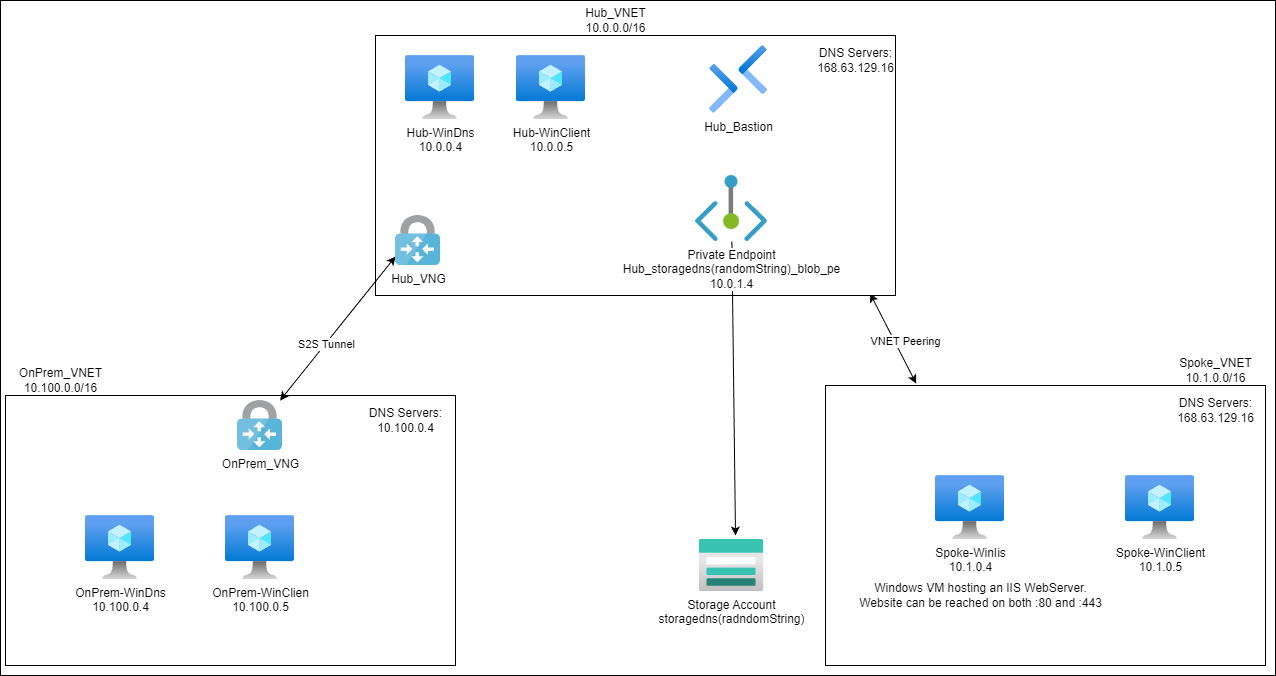
Above: Training-PrivateDNSZone/diagram.drawio.png in jimgodden/Azure_Networking_Labs (draw.io), before the change. Source tidied: cells renumbered, new cells last; positions are measured from the earlier drawing's top-left corner, leaving out a move shared by most shapes. The source it was exported from:
```xml
<mxGraphModel>
  <root>
    <mxCell id="0" />
    <mxCell id="1" parent="0" />
    <mxCell id="2" style="whiteSpace=wrap;html=1;" parent="1" vertex="1">
      <mxGeometry width="1275" height="675" as="geometry" />
    </mxCell>
    <mxCell id="3" style="rounded=0;whiteSpace=wrap;html=1;" parent="1" vertex="1">
      <mxGeometry x="825" y="385" width="440" height="280" as="geometry" />
    </mxCell>
    <mxCell id="4" value="Spoke_VNET&lt;br&gt;10.1.0.0/16" style="text;html=1;align=center;verticalAlign=middle;strokeColor=none;fillColor=none;" parent="1" vertex="1">
      <mxGeometry x="1165" y="350" width="100" height="40" as="geometry" />
    </mxCell>
    <mxCell id="5" style="edgeStyle=none;html=1;entryX=0.206;entryY=-0.007;entryDx=0;entryDy=0;entryPerimeter=0;exitX=0.951;exitY=0.992;exitDx=0;exitDy=0;exitPerimeter=0;startArrow=classic;startFill=1;" parent="1" edge="1" source="7" target="3">
      <mxGeometry relative="1" as="geometry" />
    </mxCell>
    <mxCell id="6" value="VNET Peering" style="edgeLabel;html=1;align=center;verticalAlign=middle;" parent="5" vertex="1">
      <mxGeometry x="0.35" y="1" relative="1" as="geometry">
        <mxPoint x="3" y="-12" as="offset" />
      </mxGeometry>
    </mxCell>
    <mxCell id="7" style="rounded=0;whiteSpace=wrap;html=1;" parent="1" vertex="1">
      <mxGeometry x="375" y="35" width="520" height="260" as="geometry" />
    </mxCell>
    <mxCell id="8" value="Hub_VNET&lt;br&gt;10.0.0.0/16" style="text;html=1;align=center;verticalAlign=middle;strokeColor=none;fillColor=none;" parent="1" vertex="1">
      <mxGeometry x="575" width="80" height="40" as="geometry" />
    </mxCell>
    <mxCell id="9" style="whiteSpace=wrap;html=1;" parent="1" vertex="1">
      <mxGeometry x="5" y="395" width="450" height="270" as="geometry" />
    </mxCell>
    <mxCell id="10" value="OnPrem_VNET&lt;br&gt;10.100.0.0/16" style="text;html=1;align=center;verticalAlign=middle;strokeColor=none;fillColor=none;" parent="1" vertex="1">
      <mxGeometry x="5" y="360" width="110" height="40" as="geometry" />
    </mxCell>
    <mxCell id="11" value="OnPrem-WinDns&lt;br&gt;10.100.0.4" style="html=1;align=center;image;fontSize=12;image=img/lib/azure2/compute/Virtual_Machine.svg;" parent="1" vertex="1">
      <mxGeometry x="85" y="515" width="69" height="64" as="geometry" />
    </mxCell>
    <mxCell id="12" value="Storage Account&lt;br&gt;storagedns(radndomString)" style="html=1;align=center;image;fontSize=12;image=img/lib/azure2/storage/Storage_Accounts.svg;" parent="1" vertex="1">
      <mxGeometry x="698.5" y="539" width="65" height="52" as="geometry" />
    </mxCell>
    <mxCell id="13" value="Spoke-WinIis&lt;br&gt;10.1.0.4" style="html=1;align=center;image;fontSize=12;image=img/lib/azure2/compute/Virtual_Machine.svg;" parent="1" vertex="1">
      <mxGeometry x="935" y="475" width="69" height="64" as="geometry" />
    </mxCell>
    <mxCell id="14" value="Windows VM hosting an IIS WebServer.&lt;br&gt;Website can be reached on both :80 and :443" style="text;html=1;align=center;verticalAlign=middle;strokeColor=none;fillColor=none;" parent="1" vertex="1">
      <mxGeometry x="845" y="575" width="270" height="40" as="geometry" />
    </mxCell>
    <mxCell id="15" value="Hub_Bastion" style="html=1;align=center;image;fontSize=12;image=img/lib/azure2/networking/Bastions.svg;" parent="1" vertex="1">
      <mxGeometry x="709" y="45" width="58" height="68" as="geometry" />
    </mxCell>
    <mxCell id="16" style="edgeStyle=none;html=1;startArrow=none;startFill=0;" parent="1" edge="1" source="17">
      <mxGeometry relative="1" as="geometry">
        <mxPoint x="735" y="535" as="targetPoint" />
      </mxGeometry>
    </mxCell>
    <mxCell id="17" value="Private Endpoint&lt;br&gt;Hub_storagedns(randomString)_blob_pe&lt;br&gt;10.0.1.4" style="html=1;points=[];align=center;image;fontSize=12;image=img/lib/azure2/networking/Private_Endpoint.svg;" parent="1" vertex="1">
      <mxGeometry x="695" y="175" width="72" height="66" as="geometry" />
    </mxCell>
    <mxCell id="18" value="DNS Servers:&lt;br&gt;168.63.129.16" style="text;html=1;align=center;verticalAlign=middle;strokeColor=none;fillColor=none;" parent="1" vertex="1">
      <mxGeometry x="1165" y="390" width="100" height="40" as="geometry" />
    </mxCell>
    <mxCell id="19" value="DNS Servers:&lt;br&gt;168.63.129.16" style="text;html=1;align=center;verticalAlign=middle;strokeColor=none;fillColor=none;" parent="1" vertex="1">
      <mxGeometry x="805" y="40" width="100" height="40" as="geometry" />
    </mxCell>
    <mxCell id="20" value="DNS Servers:&lt;br&gt;10.100.0.4" style="text;html=1;align=center;verticalAlign=middle;strokeColor=none;fillColor=none;" parent="1" vertex="1">
      <mxGeometry x="355" y="400" width="100" height="40" as="geometry" />
    </mxCell>
    <mxCell id="21" value="OnPrem-WinClien&lt;br&gt;10.100.0.5" style="html=1;align=center;image;fontSize=12;image=img/lib/azure2/compute/Virtual_Machine.svg;" parent="1" vertex="1">
      <mxGeometry x="225" y="515" width="69" height="64" as="geometry" />
    </mxCell>
    <mxCell id="22" value="Spoke-WinClient&lt;br&gt;10.1.0.5" style="html=1;align=center;image;fontSize=12;image=img/lib/azure2/compute/Virtual_Machine.svg;" parent="1" vertex="1">
      <mxGeometry x="1125" y="475" width="69" height="64" as="geometry" />
    </mxCell>
    <mxCell id="23" value="Hub-WinClient&lt;br&gt;10.0.0.5" style="html=1;align=center;image;fontSize=12;image=img/lib/azure2/compute/Virtual_Machine.svg;" parent="1" vertex="1">
      <mxGeometry x="516" y="55" width="69" height="64" as="geometry" />
    </mxCell>
    <mxCell id="24" value="Hub-WinDns&lt;br&gt;10.0.0.4" style="html=1;align=center;image;fontSize=12;image=img/lib/azure2/compute/Virtual_Machine.svg;" parent="1" vertex="1">
      <mxGeometry x="405" y="55" width="69" height="64" as="geometry" />
    </mxCell>
    <mxCell id="25" style="edgeStyle=none;html=1;entryX=0;entryY=0.82;entryDx=0;entryDy=0;entryPerimeter=0;startArrow=classic;startFill=1;" parent="1" edge="1" source="27" target="28">
      <mxGeometry relative="1" as="geometry" />
    </mxCell>
    <mxCell id="26" value="S2S Tunnel" style="edgeLabel;html=1;align=center;verticalAlign=middle;" parent="25" vertex="1">
      <mxGeometry x="-0.21" relative="1" as="geometry" />
    </mxCell>
    <mxCell id="27" value="OnPrem_VNG" style="sketch=0;html=1;points=[];align=center;image;fontSize=12;image=img/lib/mscae/VPN_Gateway.svg;" parent="1" vertex="1">
      <mxGeometry x="237" y="400" width="45" height="50" as="geometry" />
    </mxCell>
    <mxCell id="28" value="Hub_VNG" style="sketch=0;html=1;points=[];align=center;image;fontSize=12;image=img/lib/mscae/VPN_Gateway.svg;" parent="1" vertex="1">
      <mxGeometry x="395" y="215" width="45" height="50" as="geometry" />
    </mxCell>
  </root>
</mxGraphModel>
```
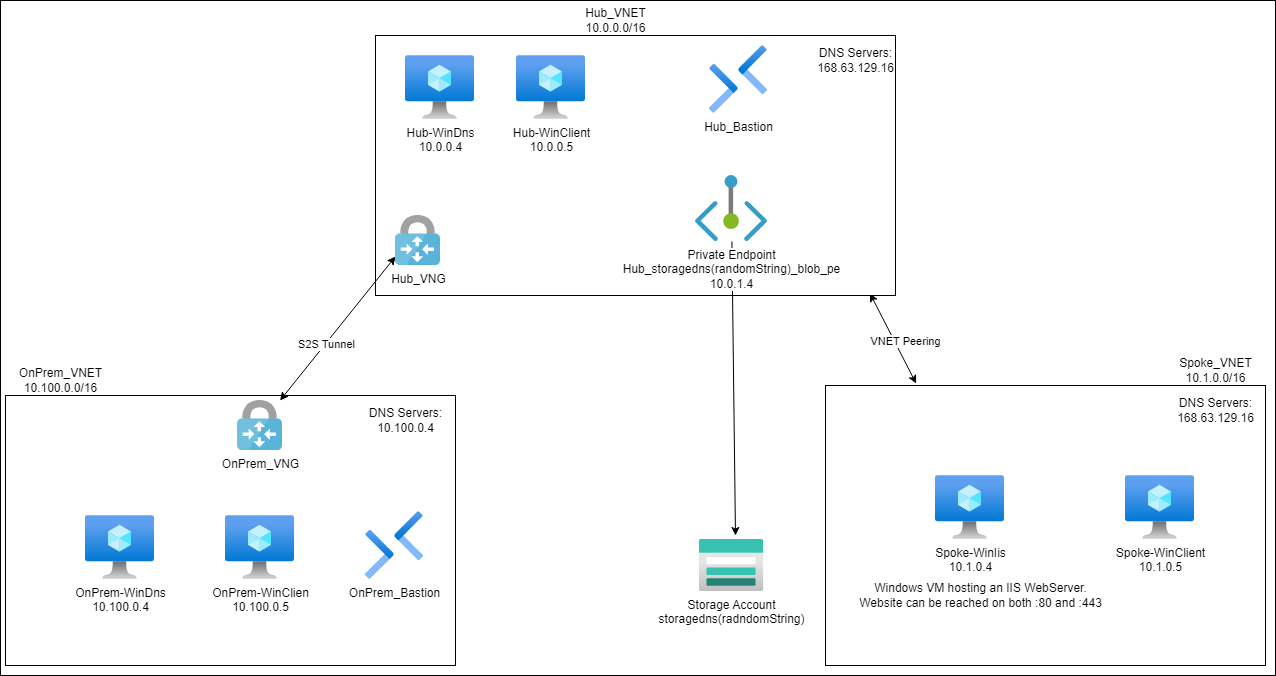
After the commit.

Diff of the diagram source:
```diff
@@ -87,5 +87,8 @@
     <mxCell id="28" value="Hub_VNG" style="sketch=0;html=1;points=[];align=center;image;fontSize=12;image=img/lib/mscae/VPN_Gateway.svg;" parent="1" vertex="1">
       <mxGeometry x="395" y="215" width="45" height="50" as="geometry" />
     </mxCell>
+    <mxCell id="29" value="OnPrem_Bastion" style="html=1;align=center;image;fontSize=12;image=img/lib/azure2/networking/Bastions.svg;" parent="1" vertex="1">
+      <mxGeometry x="365" y="511" width="58" height="68" as="geometry" />
+    </mxCell>
   </root>
 </mxGraphModel>
```
